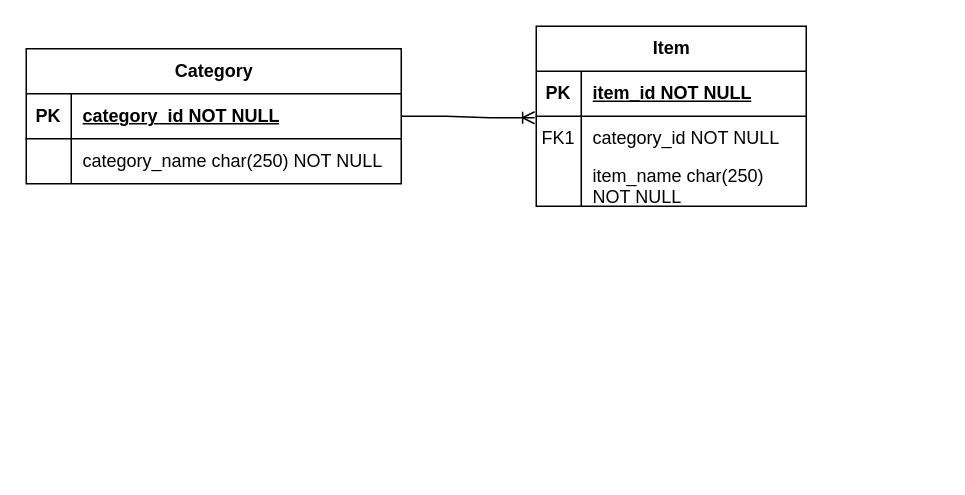
BillyLuisNeedham/quicklist keeps this draw.io diagram as quick-list-database-schema.drawio. Above is the earlier version. Source tidied: cells renumbered, new cells numbered last; positions are measured from the earlier drawing's top-left corner, leaving out a move shared by most shapes. Both pictures are drawn from the tidied source at 150%, with x=0, y=0 at pixel (26, 26).
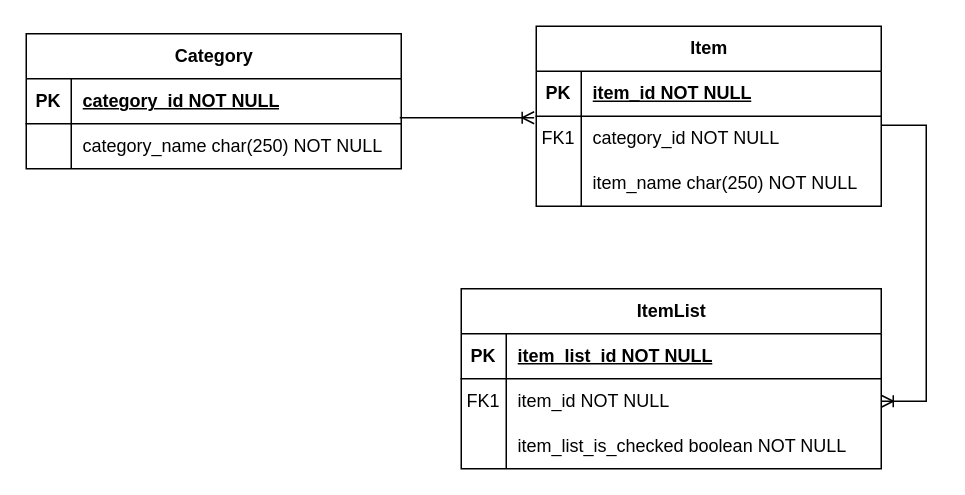
The same diagram, later.

Unchanged cells that the change refers to:
```xml
<mxCell id="6" style="shape=tableRow;horizontal=0;startSize=0;swimlaneHead=0;swimlaneBody=0;fillColor=none;points=[[0,0.5],[1,0.5]];portConstraint=eastwest;top=0;left=0;right=0;bottom=0;" parent="2" vertex="1">
  <mxGeometry y="60" width="250" height="30" as="geometry" />
</mxCell>
```

Diff of the diagram source:
```diff
@@
     <mxCell id="2" value="Category" style="shape=table;startSize=30;childLayout=tableLayout;rowLines=0;fontStyle=1;align=center;html=1;" parent="1" vertex="1">
-      <mxGeometry y="15" width="250" height="90" as="geometry" />
+      <mxGeometry y="5" width="250" height="90" as="geometry" />
     </mxCell>
@@
-    <mxCell id="9" style="edgeStyle=entityRelationEdgeStyle;fontSize=12;html=1;endArrow=ERoneToMany;rounded=0;entryX=-0.006;entryY=0.033;entryDx=0;entryDy=0;entryPerimeter=0;" parent="1" edge="1" target="14">
-      <mxGeometry relative="1" as="geometry">
-        <mxPoint x="250" y="60" as="sourcePoint" />
-      </mxGeometry>
+    <mxCell id="9" style="edgeStyle=entityRelationEdgeStyle;fontSize=12;html=1;endArrow=ERoneToMany;rounded=0;entryX=-0.006;entryY=0.033;entryDx=0;entryDy=0;entryPerimeter=0;exitX=0.996;exitY=-0.133;exitDx=0;exitDy=0;exitPerimeter=0;" parent="1" edge="1" source="6" target="14">
+      <mxGeometry relative="1" as="geometry" />
     </mxCell>
     <mxCell id="10" value="Item" style="shape=table;startSize=30;childLayout=tableLayout;rowLines=0;fontStyle=1;align=center;html=1;" parent="1" vertex="1">
-      <mxGeometry x="340" width="180" height="120" as="geometry" />
+      <mxGeometry x="340" width="230" height="120" as="geometry" />
     </mxCell>
     <mxCell id="11" style="shape=tableRow;horizontal=0;startSize=0;swimlaneHead=0;swimlaneBody=0;fillColor=none;top=0;left=0;right=0;bottom=1;" parent="10" vertex="1">
-      <mxGeometry y="30" width="180" height="30" as="geometry" />
+      <mxGeometry y="30" width="230" height="30" as="geometry" />
     </mxCell>
@@
     <mxCell id="13" value="item_id NOT NULL" style="shape=partialRectangle;fillColor=none;top=0;left=0;bottom=0;right=0;align=left;spacingLeft=6;fontStyle=5;overflow=hidden;whiteSpace=wrap;html=1;" parent="11" vertex="1">
-      <mxGeometry x="30" width="150" height="30" as="geometry" />
+      <mxGeometry x="30" width="200" height="30" as="geometry" />
     </mxCell>
     <mxCell id="14" style="shape=tableRow;horizontal=0;startSize=0;swimlaneHead=0;swimlaneBody=0;fillColor=none;points=[[0,0.5],[1,0.5]];portConstraint=eastwest;top=0;left=0;right=0;bottom=0;" parent="10" vertex="1">
-      <mxGeometry y="60" width="180" height="30" as="geometry" />
+      <mxGeometry y="60" width="230" height="30" as="geometry" />
     </mxCell>
@@
     <mxCell id="16" value="category_id NOT NULL" style="shape=partialRectangle;fillColor=none;top=0;left=0;bottom=0;right=0;align=left;spacingLeft=6;overflow=hidden;whiteSpace=wrap;html=1;" parent="14" vertex="1">
-      <mxGeometry x="30" width="150" height="30" as="geometry" />
+      <mxGeometry x="30" width="200" height="30" as="geometry" />
     </mxCell>
     <mxCell id="17" style="shape=tableRow;horizontal=0;startSize=0;swimlaneHead=0;swimlaneBody=0;fillColor=none;top=0;left=0;right=0;bottom=0;" parent="10" vertex="1">
-      <mxGeometry y="90" width="180" height="30" as="geometry" />
+      <mxGeometry y="90" width="230" height="30" as="geometry" />
     </mxCell>
@@
     <mxCell id="19" value="item_name char(250) NOT NULL" style="shape=partialRectangle;fillColor=none;top=0;left=0;bottom=0;right=0;align=left;spacingLeft=6;overflow=hidden;whiteSpace=wrap;html=1;" parent="17" vertex="1">
-      <mxGeometry x="30" width="150" height="30" as="geometry" />
+      <mxGeometry x="30" width="200" height="30" as="geometry" />
     </mxCell>
+    <mxCell id="20" value="ItemList" style="shape=table;startSize=30;childLayout=tableLayout;rowLines=0;fontStyle=1;align=center;html=1;" parent="1" vertex="1">
+      <mxGeometry x="290" y="175" width="280" height="120" as="geometry" />
+    </mxCell>
+    <mxCell id="21" style="shape=tableRow;horizontal=0;startSize=0;swimlaneHead=0;swimlaneBody=0;fillColor=none;top=0;left=0;right=0;bottom=1;" parent="20" vertex="1">
+      <mxGeometry y="30" width="280" height="30" as="geometry" />
+    </mxCell>
+    <mxCell id="22" value="PK" style="shape=partialRectangle;fillColor=none;top=0;left=0;bottom=0;right=0;fontStyle=1;overflow=hidden;whiteSpace=wrap;html=1;" parent="21" vertex="1">
+      <mxGeometry width="30" height="30" as="geometry" />
+    </mxCell>
+    <mxCell id="23" value="item_list_id NOT NULL" style="shape=partialRectangle;fillColor=none;top=0;left=0;bottom=0;right=0;align=left;spacingLeft=6;fontStyle=5;overflow=hidden;whiteSpace=wrap;html=1;" parent="21" vertex="1">
+      <mxGeometry x="30" width="250" height="30" as="geometry" />
+    </mxCell>
+    <mxCell id="24" style="shape=tableRow;horizontal=0;startSize=0;swimlaneHead=0;swimlaneBody=0;fillColor=none;points=[[0,0.5],[1,0.5]];portConstraint=eastwest;top=0;left=0;right=0;bottom=0;" parent="20" vertex="1">
+      <mxGeometry y="60" width="280" height="30" as="geometry" />
+    </mxCell>
+    <mxCell id="25" value="FK1" style="shape=partialRectangle;fillColor=none;top=0;left=0;bottom=0;right=0;overflow=hidden;whiteSpace=wrap;html=1;" parent="24" vertex="1">
+      <mxGeometry width="30" height="30" as="geometry" />
+    </mxCell>
+    <mxCell id="26" value="item_id NOT NULL" style="shape=partialRectangle;fillColor=none;top=0;left=0;bottom=0;right=0;align=left;spacingLeft=6;overflow=hidden;whiteSpace=wrap;html=1;" parent="24" vertex="1">
+      <mxGeometry x="30" width="250" height="30" as="geometry" />
+    </mxCell>
+    <mxCell id="27" style="shape=tableRow;horizontal=0;startSize=0;swimlaneHead=0;swimlaneBody=0;fillColor=none;top=0;left=0;right=0;bottom=0;" parent="20" vertex="1">
+      <mxGeometry y="90" width="280" height="30" as="geometry" />
+    </mxCell>
+    <mxCell id="28" style="shape=partialRectangle;fillColor=none;top=0;left=0;bottom=0;right=0;overflow=hidden;whiteSpace=wrap;html=1;" parent="27" vertex="1">
+      <mxGeometry width="30" height="30" as="geometry" />
+    </mxCell>
+    <mxCell id="29" value="item_list_is_checked boolean NOT NULL" style="shape=partialRectangle;fillColor=none;top=0;left=0;bottom=0;right=0;align=left;spacingLeft=6;overflow=hidden;whiteSpace=wrap;html=1;" parent="27" vertex="1">
+      <mxGeometry x="30" width="250" height="30" as="geometry" />
+    </mxCell>
+    <mxCell id="30" style="edgeStyle=entityRelationEdgeStyle;fontSize=12;html=1;endArrow=ERoneToMany;rounded=0;exitX=1;exitY=0.2;exitDx=0;exitDy=0;exitPerimeter=0;entryX=1;entryY=0.5;entryDx=0;entryDy=0;" parent="1" edge="1" source="14" target="24">
+      <mxGeometry relative="1" as="geometry" />
+    </mxCell>
```
